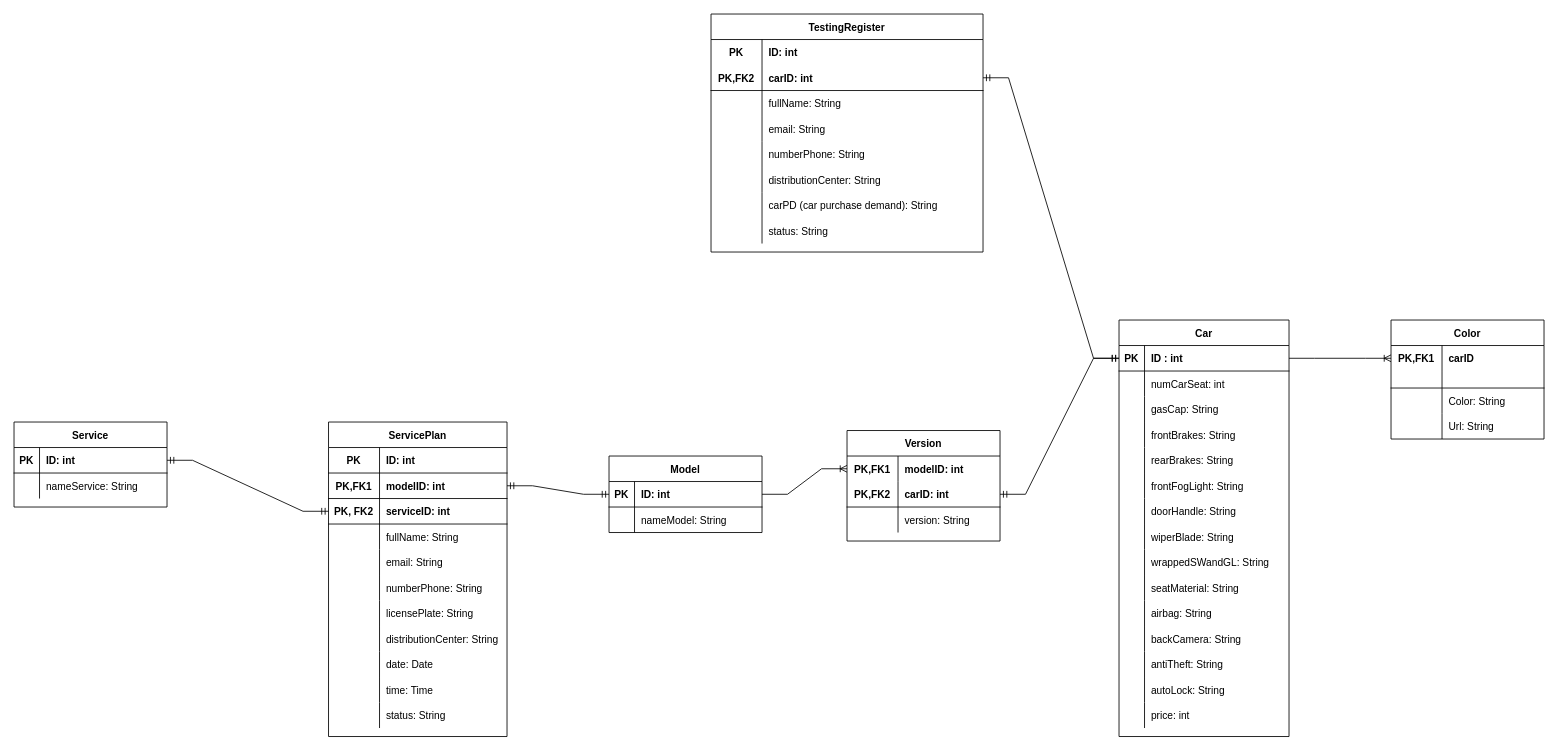
This is page "Entity" (1 of 2) of Entity.drawio from NguyenAnhKhoa02/CarSeller, a draw.io file, before an edit. Source tidied: cells renumbered, new cells numbered last; positions are measured from the earlier drawing's top-left corner, leaving out a move shared by most shapes. Both pictures are drawn from the tidied source at 85%, with x=0, y=0 at pixel (14, 14).
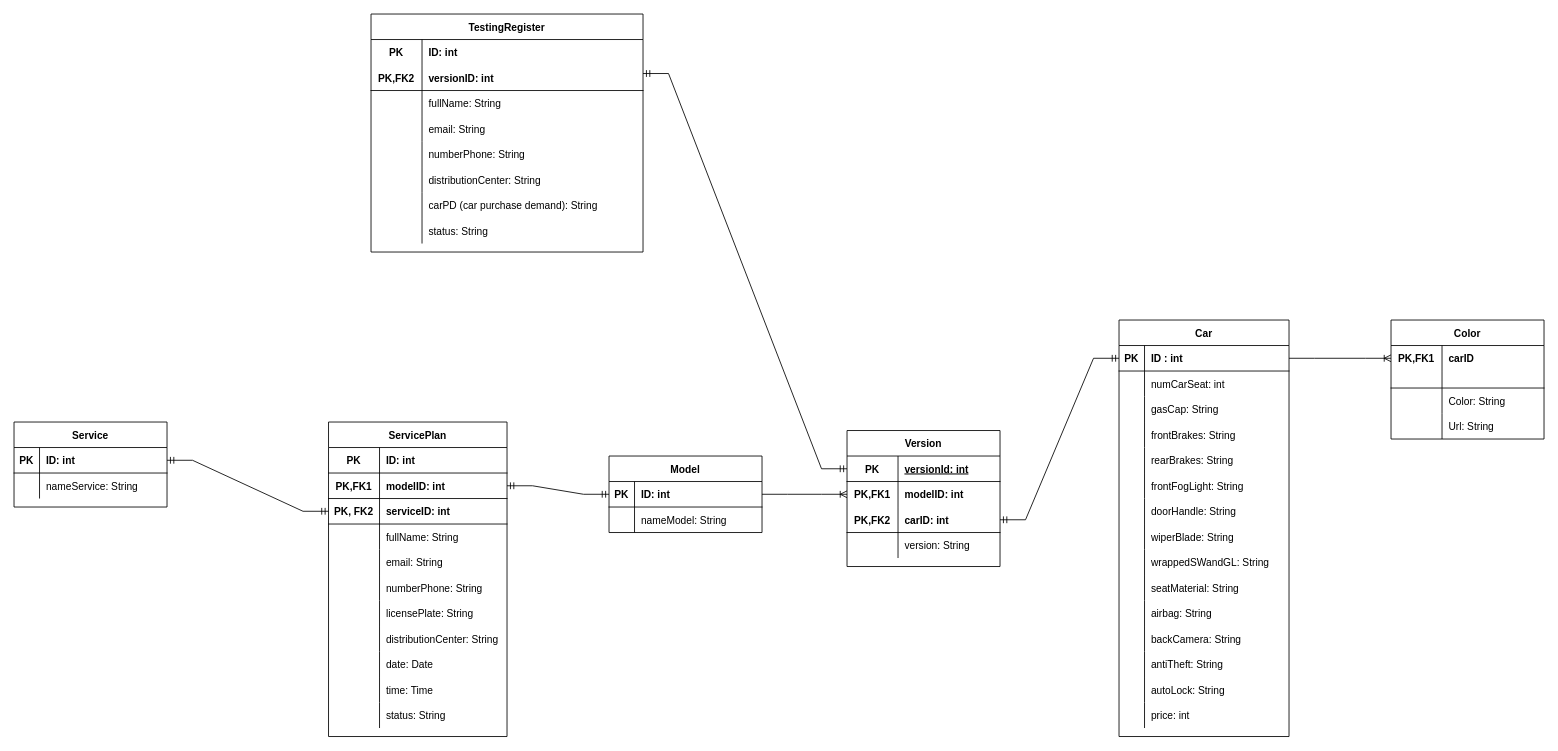
The same page after the edit.

The change refers to these unchanged cells:
```xml
<mxCell id="3" style="shape=tableRow;horizontal=0;startSize=0;swimlaneHead=0;swimlaneBody=0;fillColor=none;points=[[0,0.5],[1,0.5]];portConstraint=eastwest;top=0;left=0;right=0;bottom=1;" parent="2" vertex="1">
  <mxGeometry y="30" width="200" height="30" as="geometry" />
</mxCell>
<mxCell id="85" style="shape=tableRow;horizontal=0;startSize=0;swimlaneHead=0;swimlaneBody=0;fillColor=none;points=[[0,0.5],[1,0.5]];portConstraint=eastwest;top=0;left=0;right=0;bottom=1;" parent="81" vertex="1">
  <mxGeometry y="60" width="320" height="30" as="geometry" />
</mxCell>
```

The edit, as a diff of the source:
```diff
@@
     <mxCell id="69" value="Version" style="shape=table;startSize=30;childLayout=tableLayout;rowLines=0;fontStyle=1;align=center;" parent="1" vertex="1">
-      <mxGeometry x="980" y="490" width="180" height="130" as="geometry" />
+      <mxGeometry x="980" y="490" width="180" height="160" as="geometry" />
     </mxCell>
+    <mxCell id="150" style="shape=tableRow;horizontal=0;startSize=0;swimlaneHead=0;swimlaneBody=0;fillColor=none;points=[[0,0.5],[1,0.5]];portConstraint=eastwest;top=0;left=0;right=0;bottom=1;" parent="69" vertex="1">
+      <mxGeometry y="30" width="180" height="30" as="geometry" />
+    </mxCell>
+    <mxCell id="151" value="PK" style="shape=partialRectangle;fillColor=none;top=0;left=0;bottom=0;right=0;fontStyle=1;overflow=hidden;" parent="150" vertex="1">
+      <mxGeometry width="60" height="30" as="geometry" />
+    </mxCell>
+    <mxCell id="152" value="versionId: int" style="shape=partialRectangle;fillColor=none;top=0;left=0;bottom=0;right=0;align=left;spacingLeft=6;fontStyle=5;overflow=hidden;" parent="150" vertex="1">
+      <mxGeometry x="60" width="120" height="30" as="geometry" />
+    </mxCell>
     <mxCell id="70" style="shape=tableRow;horizontal=0;startSize=0;swimlaneHead=0;swimlaneBody=0;fillColor=none;points=[[0,0.5],[1,0.5]];portConstraint=eastwest;top=0;left=0;right=0;bottom=0;" parent="69" vertex="1">
-      <mxGeometry y="30" width="180" height="30" as="geometry" />
+      <mxGeometry y="60" width="180" height="30" as="geometry" />
     </mxCell>
@@
     <mxCell id="73" style="shape=tableRow;horizontal=0;startSize=0;swimlaneHead=0;swimlaneBody=0;fillColor=none;points=[[0,0.5],[1,0.5]];portConstraint=eastwest;top=0;left=0;right=0;bottom=1;" parent="69" vertex="1">
-      <mxGeometry y="60" width="180" height="30" as="geometry" />
+      <mxGeometry y="90" width="180" height="30" as="geometry" />
     </mxCell>
@@
     <mxCell id="76" style="shape=tableRow;horizontal=0;startSize=0;swimlaneHead=0;swimlaneBody=0;fillColor=none;top=0;left=0;right=0;bottom=0;" parent="69" vertex="1">
-      <mxGeometry y="90" width="180" height="30" as="geometry" />
+      <mxGeometry y="120" width="180" height="30" as="geometry" />
     </mxCell>
@@
     <mxCell id="81" value="TestingRegister" style="shape=table;startSize=30;childLayout=tableLayout;rowLines=0;fontStyle=1;align=center;" parent="1" vertex="1">
-      <mxGeometry x="820" width="320" height="280" as="geometry" />
+      <mxGeometry x="420" width="320" height="280" as="geometry" />
     </mxCell>
@@
-    <mxCell id="87" value="carID: int" style="shape=partialRectangle;fillColor=none;top=0;left=0;bottom=0;right=0;align=left;spacingLeft=6;fontStyle=1;overflow=hidden;" parent="85" vertex="1">
+    <mxCell id="87" value="versionID: int" style="shape=partialRectangle;fillColor=none;top=0;left=0;bottom=0;right=0;align=left;spacingLeft=6;fontStyle=1;overflow=hidden;" parent="85" vertex="1">
       <mxGeometry x="60" width="260" height="30" as="geometry" />
     </mxCell>
@@
-    <mxCell id="106" style="edgeStyle=entityRelationEdgeStyle;fontSize=12;html=1;endArrow=ERmandOne;startArrow=ERmandOne;rounded=0;entryX=0;entryY=0.5;entryDx=0;entryDy=0;exitX=1;exitY=0.5;exitDx=0;exitDy=0;" parent="1" edge="1" source="85" target="3">
-      <mxGeometry relative="1" as="geometry" />
-    </mxCell>
@@
+    <mxCell id="153" style="edgeStyle=entityRelationEdgeStyle;fontSize=12;html=1;endArrow=ERmandOne;startArrow=ERmandOne;rounded=0;entryX=0;entryY=0.5;entryDx=0;entryDy=0;exitX=1;exitY=0.25;exitDx=0;exitDy=0;" parent="1" edge="1" source="81" target="150">
+      <mxGeometry relative="1" as="geometry" />
+    </mxCell>
```
